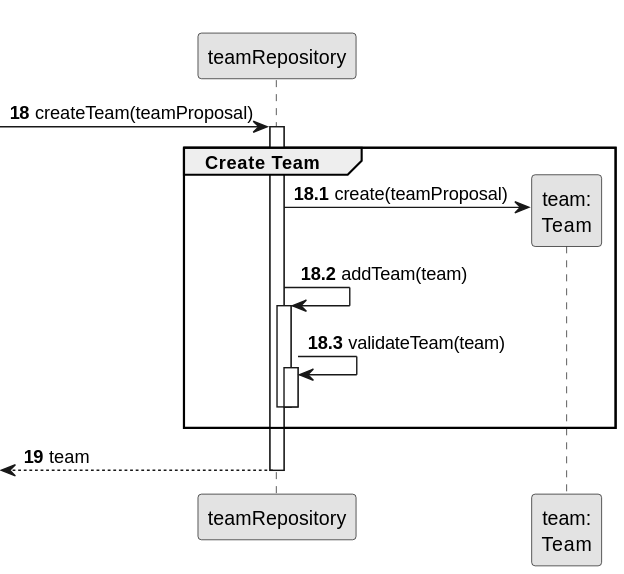
diogoveirospro/lei-24-s2-1dg-g072 keeps this PlantUML diagram as docs/sprintB/us005/03.design/svg/us005-sequence-diagram-partial-create-team.svg. Above is the earlier version. The source it was exported from:
```plantuml
@startuml
skinparam monochrome true
skinparam packageStyle rectangle
skinparam shadowing false

autonumber


participant "teamRepository" as TEAMREP
participant "team:\nTeam" as team

autonumber 18

 -> TEAMREP : createTeam(teamProposal)
autonumber 18.1
activate TEAMREP
    group Create Team

        TEAMREP -> team**: create(teamProposal)

            TEAMREP -> TEAMREP: addTeam(team)
            activate TEAMREP

            TEAMREP -> TEAMREP: validateTeam(team)
            activate TEAMREP

            deactivate TEAMREP

            deactivate TEAMREP
    end
    autonumber 19
    <-- TEAMREP  : team
deactivate TEAMREP
@enduml
```
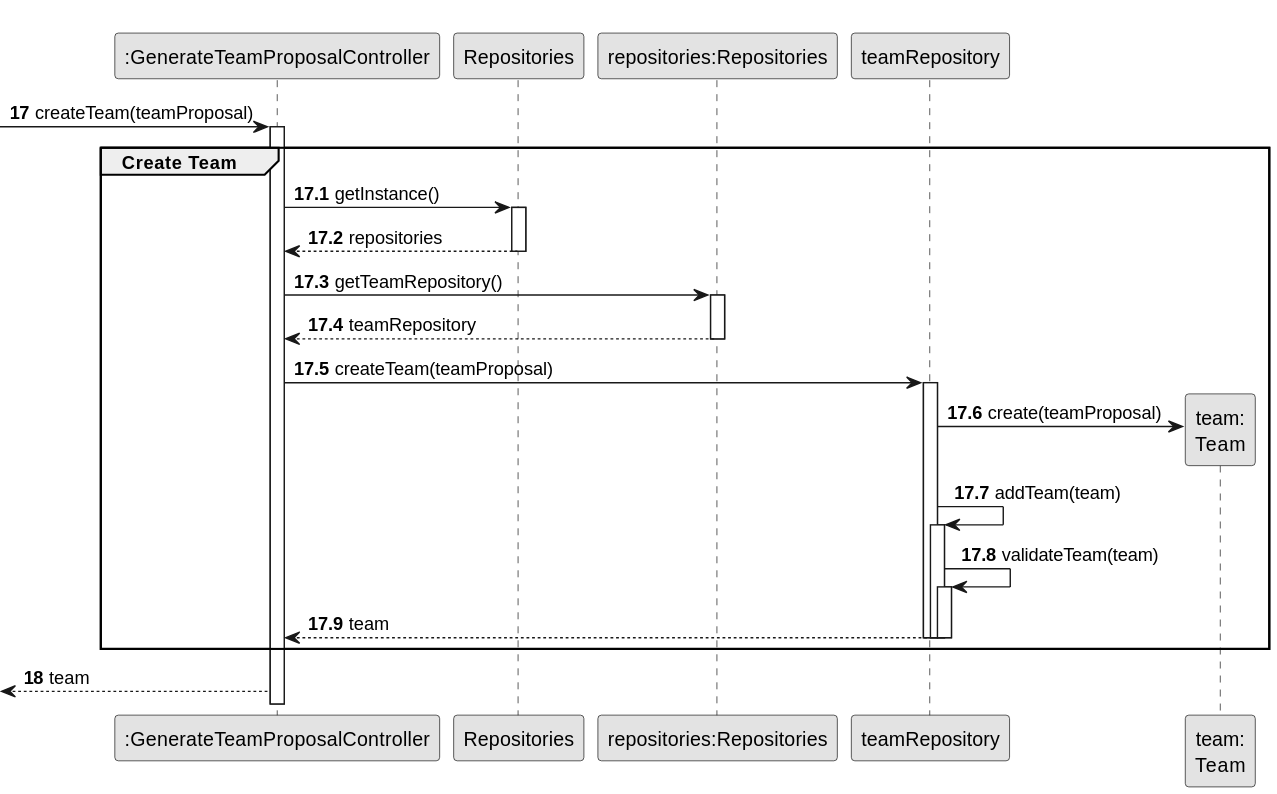
Later version of the same file.

Commit message:
US005's Sequence Diagram

What changed in the source:
```diff
@@ -5,30 +5,54 @@
 
 autonumber
 
-
+participant ":GenerateTeamProposalController" as CTRL
+participant "teamRepository" as TEAMREP
+participant Repositories
+participant "repositories:Repositories" as REP
 participant "teamRepository" as TEAMREP
 participant "team:\nTeam" as team
 
-autonumber 18
+autonumber 17
+-> CTRL : createTeam(teamProposal)
 
- -> TEAMREP : createTeam(teamProposal)
-autonumber 18.1
-activate TEAMREP
+autonumber 17.1
+
+activate CTRL
     group Create Team
 
-        TEAMREP -> team**: create(teamProposal)
+        CTRL -> Repositories: getInstance()
+        activate Repositories
 
-            TEAMREP -> TEAMREP: addTeam(team)
-            activate TEAMREP
+            Repositories --> CTRL: repositories
+        deactivate Repositories
 
-            TEAMREP -> TEAMREP: validateTeam(team)
-            activate TEAMREP
+        CTRL -> REP: getTeamRepository()
+        activate REP
+
+            REP --> CTRL: teamRepository
+        deactivate REP
+
+        CTRL -> TEAMREP: createTeam(teamProposal)
+        activate TEAMREP
+
+            TEAMREP -> team**: create(teamProposal)
+
+                TEAMREP -> TEAMREP : addTeam(team)
+                activate TEAMREP
+
+                TEAMREP -> TEAMREP : validateTeam(team)
+                activate TEAMREP
+
+            TEAMREP --> CTRL: team
 
             deactivate TEAMREP
 
             deactivate TEAMREP
-    end
-    autonumber 19
-    <-- TEAMREP  : team
-deactivate TEAMREP
+
+        deactivate TEAMREP
+
+    end group
+
+    autonumber 18
+    <-- CTRL : team
 @enduml
```
